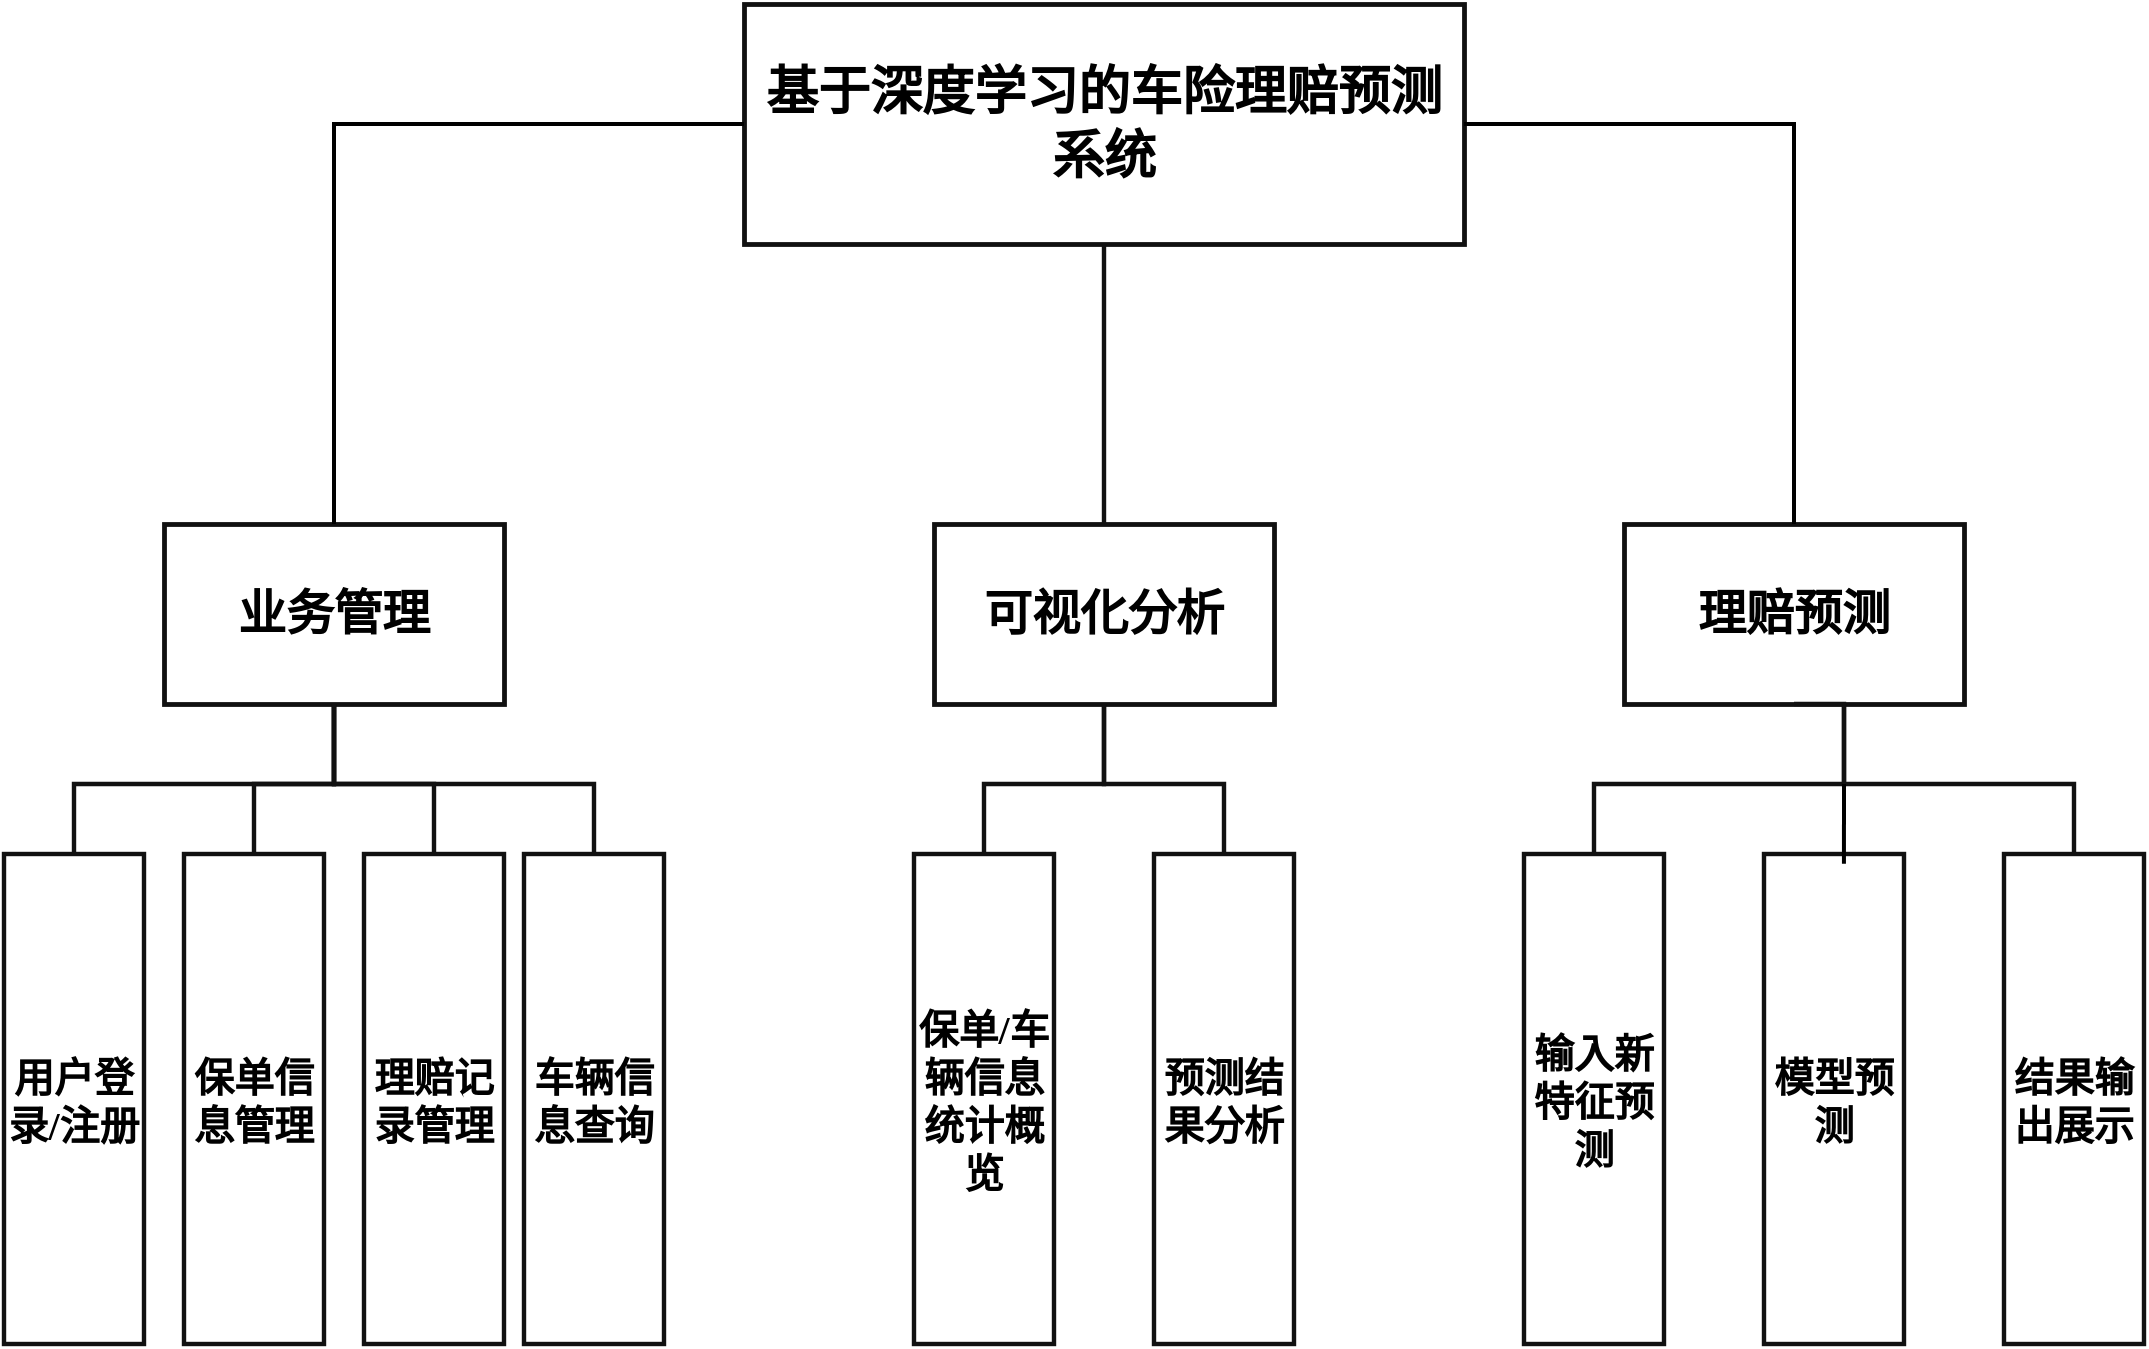
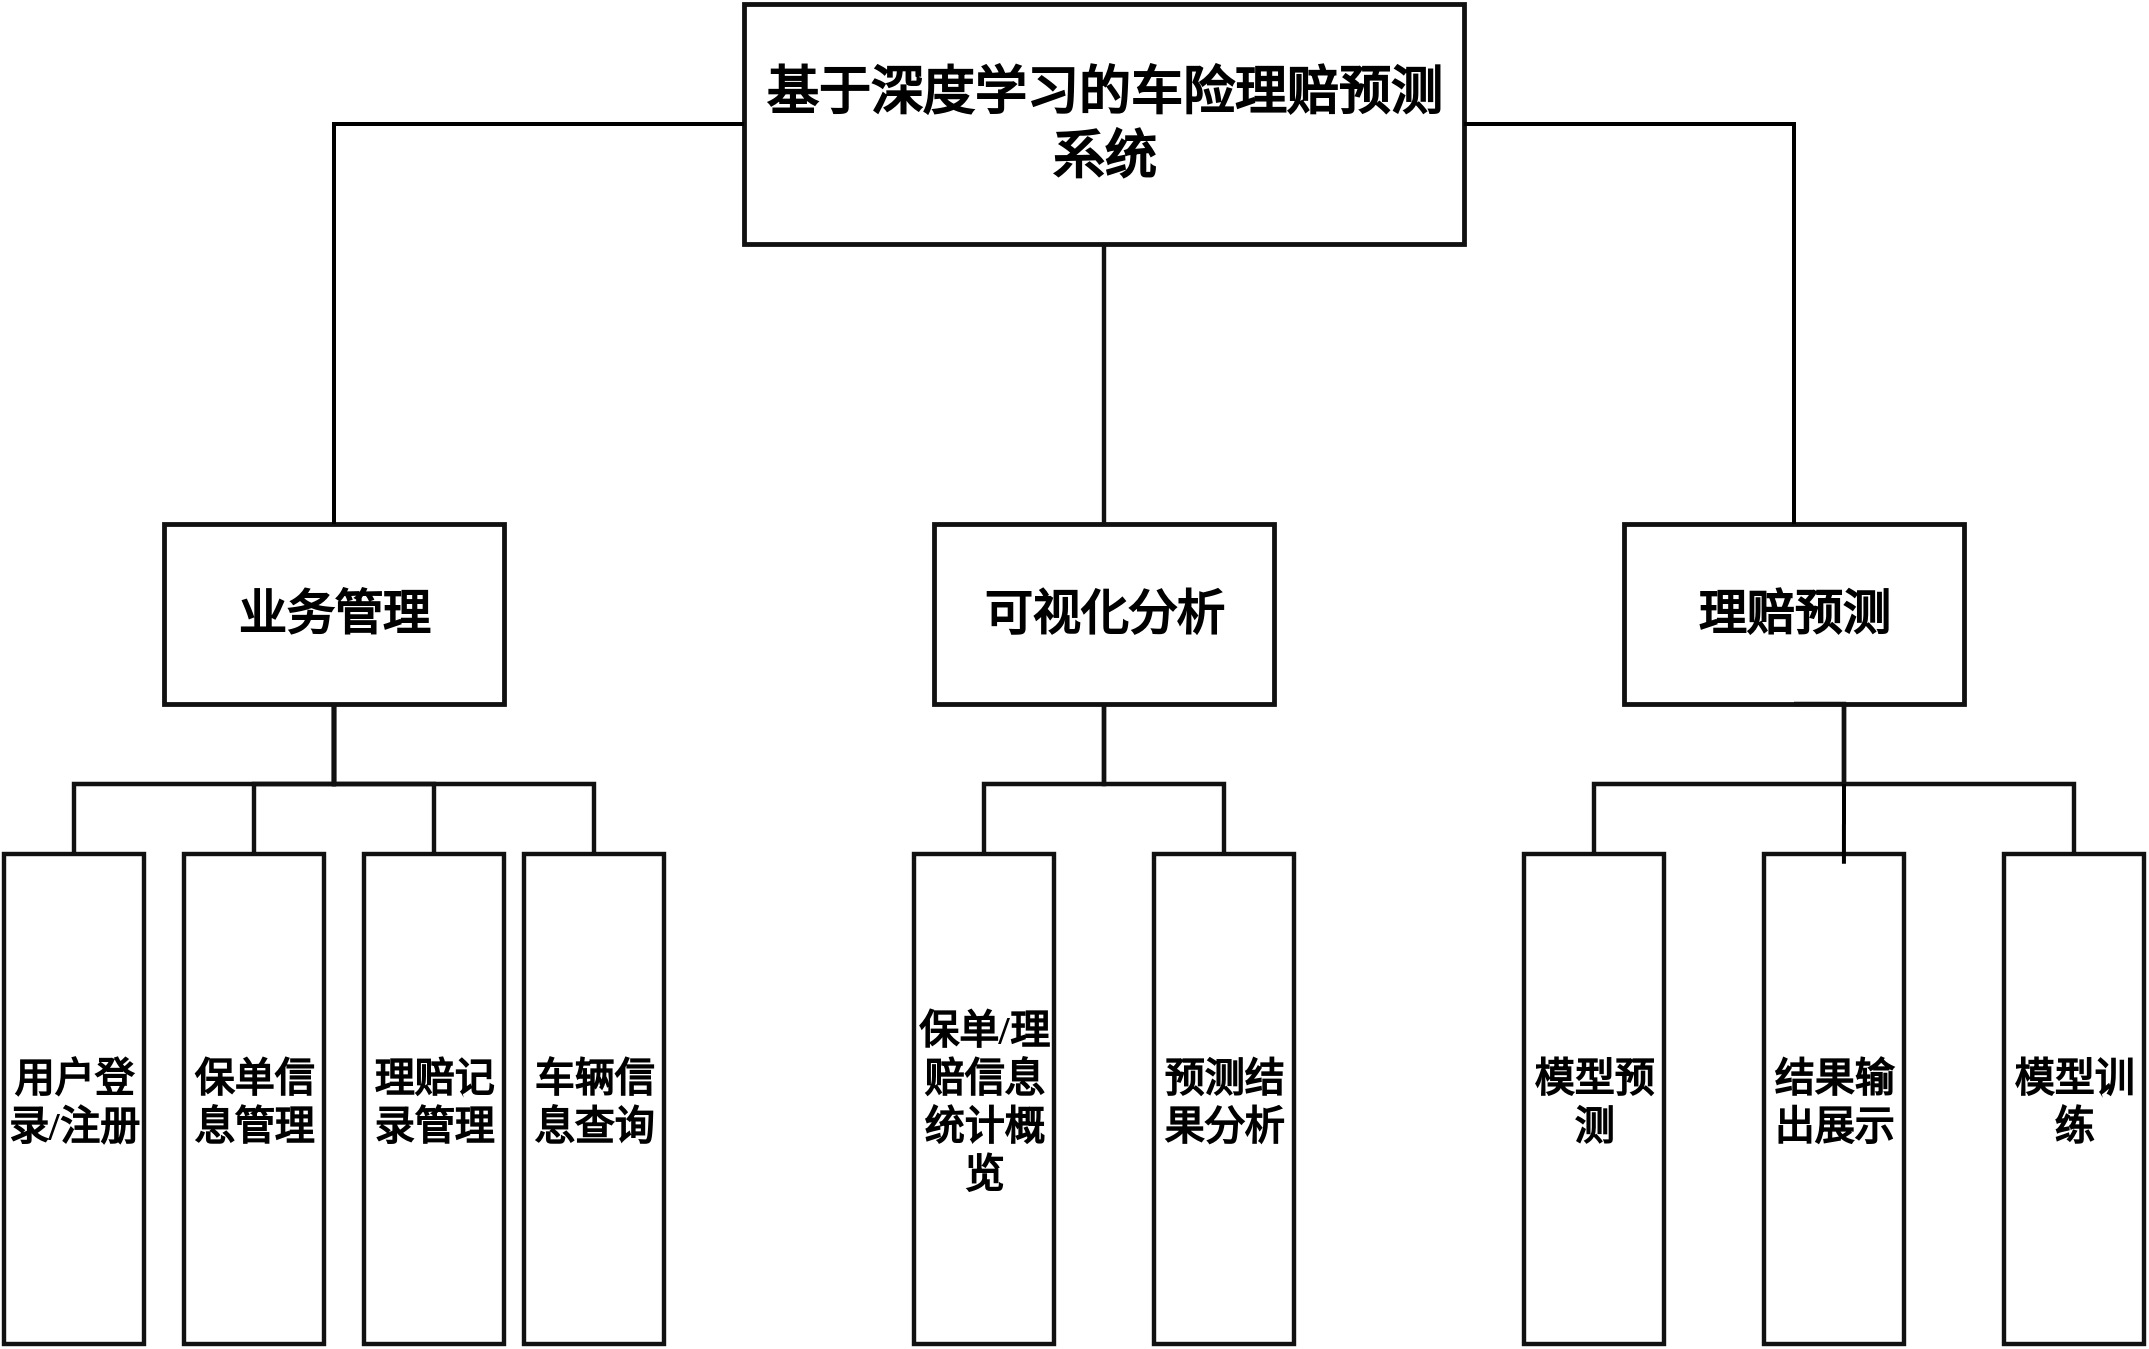
<mxfile host="Electron" agent="Mozilla/5.0 (Windows NT 10.0; Win64; x64) AppleWebKit/537.36 (KHTML, like Gecko) draw.io/25.0.2 Chrome/128.0.6613.186 Electron/32.2.5 Safari/537.36" version="25.0.2">
  <diagram id="claim-system-tree" name="Page-1">
    <mxGraphModel dx="1234" dy="676" grid="1" gridSize="10" guides="1" tooltips="1" connect="1" arrows="1" fold="1" page="1" pageScale="1" pageWidth="1400" pageHeight="900" math="0" shadow="0">
      <root>
        <mxCell id="0" />
        <mxCell id="1" parent="0" />
        <mxCell id="title" value="基于深度学习的车险理赔预测系统" style="rounded=0;whiteSpace=wrap;html=1;align=center;verticalAlign=middle;fontFamily=Microsoft YaHei;fontSize=26;fontStyle=1;strokeColor=#111111;strokeWidth=2.4;fillColor=#ffffff;" parent="1" vertex="1">
          <mxGeometry x="520" y="40" width="360" height="120" as="geometry" />
        </mxCell>
        <mxCell id="m1" value="业务管理" style="rounded=0;whiteSpace=wrap;html=1;align=center;verticalAlign=middle;fontFamily=Microsoft YaHei;fontSize=24;fontStyle=1;strokeColor=#111111;strokeWidth=2.4;fillColor=#ffffff;" parent="1" vertex="1">
          <mxGeometry x="230" y="300" width="170" height="90" as="geometry" />
        </mxCell>
        <mxCell id="m2" value="可视化分析" style="rounded=0;whiteSpace=wrap;html=1;align=center;verticalAlign=middle;fontFamily=Microsoft YaHei;fontSize=24;fontStyle=1;strokeColor=#111111;strokeWidth=2.4;fillColor=#ffffff;" parent="1" vertex="1">
          <mxGeometry x="615" y="300" width="170" height="90" as="geometry" />
        </mxCell>
        <mxCell id="m3" value="理赔预测" style="rounded=0;whiteSpace=wrap;html=1;align=center;verticalAlign=middle;fontFamily=Microsoft YaHei;fontSize=24;fontStyle=1;strokeColor=#111111;strokeWidth=2.4;fillColor=#ffffff;" parent="1" vertex="1">
          <mxGeometry x="960" y="300" width="170" height="90" as="geometry" />
        </mxCell>
        <mxCell id="l1" value="用户登录/注册" style="rounded=0;whiteSpace=wrap;html=1;align=center;verticalAlign=middle;fontFamily=Microsoft YaHei;fontSize=20;fontStyle=1;strokeColor=#111111;strokeWidth=2.2;fillColor=#ffffff;" parent="1" vertex="1">
          <mxGeometry x="150" y="465" width="70" height="245" as="geometry" />
        </mxCell>
        <mxCell id="l2" value="保单信息管理" style="rounded=0;whiteSpace=wrap;html=1;align=center;verticalAlign=middle;fontFamily=Microsoft YaHei;fontSize=20;fontStyle=1;strokeColor=#111111;strokeWidth=2.2;fillColor=#ffffff;" parent="1" vertex="1">
          <mxGeometry x="240" y="465" width="70" height="245" as="geometry" />
        </mxCell>
        <mxCell id="l3" value="理赔记录管理" style="rounded=0;whiteSpace=wrap;html=1;align=center;verticalAlign=middle;fontFamily=Microsoft YaHei;fontSize=20;fontStyle=1;strokeColor=#111111;strokeWidth=2.2;fillColor=#ffffff;" parent="1" vertex="1">
          <mxGeometry x="330" y="465" width="70" height="245" as="geometry" />
        </mxCell>
        <mxCell id="l4" value="车辆信息查询" style="rounded=0;whiteSpace=wrap;html=1;align=center;verticalAlign=middle;fontFamily=Microsoft YaHei;fontSize=20;fontStyle=1;strokeColor=#111111;strokeWidth=2.2;fillColor=#ffffff;" parent="1" vertex="1">
          <mxGeometry x="410" y="465" width="70" height="245" as="geometry" />
        </mxCell>
-         <mxCell id="l5" value="保单/车辆信息统计概览" style="rounded=0;whiteSpace=wrap;html=1;align=center;verticalAlign=middle;fontFamily=Microsoft YaHei;fontSize=20;fontStyle=1;strokeColor=#111111;strokeWidth=2.2;fillColor=#ffffff;" parent="1" vertex="1">
+         <mxCell id="l5" value="保单/理赔信息统计概览" style="rounded=0;whiteSpace=wrap;html=1;align=center;verticalAlign=middle;fontFamily=Microsoft YaHei;fontSize=20;fontStyle=1;strokeColor=#111111;strokeWidth=2.2;fillColor=#ffffff;" parent="1" vertex="1">
          <mxGeometry x="605" y="465" width="70" height="245" as="geometry" />
        </mxCell>
        <mxCell id="l6" value="预测结果分析" style="rounded=0;whiteSpace=wrap;html=1;align=center;verticalAlign=middle;fontFamily=Microsoft YaHei;fontSize=20;fontStyle=1;strokeColor=#111111;strokeWidth=2.2;fillColor=#ffffff;" parent="1" vertex="1">
          <mxGeometry x="725" y="465" width="70" height="245" as="geometry" />
        </mxCell>
-         <mxCell id="l7" value="输入新特征预测" style="rounded=0;whiteSpace=wrap;html=1;align=center;verticalAlign=middle;fontFamily=Microsoft YaHei;fontSize=20;fontStyle=1;strokeColor=#111111;strokeWidth=2.2;fillColor=#ffffff;" parent="1" vertex="1">
+         <mxCell id="l7" value="模型预测" style="rounded=0;whiteSpace=wrap;html=1;align=center;verticalAlign=middle;fontFamily=Microsoft YaHei;fontSize=20;fontStyle=1;strokeColor=#111111;strokeWidth=2.2;fillColor=#ffffff;" parent="1" vertex="1">
          <mxGeometry x="910" y="465" width="70" height="245" as="geometry" />
        </mxCell>
-         <mxCell id="l8" value="模型预测" style="rounded=0;whiteSpace=wrap;html=1;align=center;verticalAlign=middle;fontFamily=Microsoft YaHei;fontSize=20;fontStyle=1;strokeColor=#111111;strokeWidth=2.2;fillColor=#ffffff;" parent="1" vertex="1">
+         <mxCell id="l8" value="结果输出展示" style="rounded=0;whiteSpace=wrap;html=1;align=center;verticalAlign=middle;fontFamily=Microsoft YaHei;fontSize=20;fontStyle=1;strokeColor=#111111;strokeWidth=2.2;fillColor=#ffffff;" parent="1" vertex="1">
          <mxGeometry x="1030" y="465" width="70" height="245" as="geometry" />
        </mxCell>
-         <mxCell id="l9" value="结果输出展示" style="rounded=0;whiteSpace=wrap;html=1;align=center;verticalAlign=middle;fontFamily=Microsoft YaHei;fontSize=20;fontStyle=1;strokeColor=#111111;strokeWidth=2.2;fillColor=#ffffff;" parent="1" vertex="1">
+         <mxCell id="l9" value="模型训练" style="rounded=0;whiteSpace=wrap;html=1;align=center;verticalAlign=middle;fontFamily=Microsoft YaHei;fontSize=20;fontStyle=1;strokeColor=#111111;strokeWidth=2.2;fillColor=#ffffff;" parent="1" vertex="1">
          <mxGeometry x="1150" y="465" width="70" height="245" as="geometry" />
        </mxCell>
        <mxCell id="e1" style="edgeStyle=orthogonalEdgeStyle;rounded=0;orthogonalLoop=1;jettySize=auto;html=1;endArrow=none;startArrow=none;strokeColor=#111111;strokeWidth=2.2;" parent="1" source="title" target="m2" edge="1">
          <mxGeometry relative="1" as="geometry">
            <Array as="points">
              <mxPoint x="700" y="220" />
            </Array>
          </mxGeometry>
        </mxCell>
        <mxCell id="e2" style="edgeStyle=orthogonalEdgeStyle;rounded=0;orthogonalLoop=1;jettySize=auto;html=1;endArrow=none;startArrow=none;strokeColor=#111111;strokeWidth=2.2;" parent="1" source="m1" target="l1" edge="1">
          <mxGeometry relative="1" as="geometry">
            <Array as="points">
              <mxPoint x="315" y="430" />
              <mxPoint x="185" y="430" />
            </Array>
          </mxGeometry>
        </mxCell>
        <mxCell id="e3" style="edgeStyle=orthogonalEdgeStyle;rounded=0;orthogonalLoop=1;jettySize=auto;html=1;endArrow=none;startArrow=none;strokeColor=#111111;strokeWidth=2.2;" parent="1" source="m1" target="l2" edge="1">
          <mxGeometry relative="1" as="geometry">
            <Array as="points">
              <mxPoint x="315" y="430" />
            </Array>
          </mxGeometry>
        </mxCell>
        <mxCell id="e4" style="edgeStyle=orthogonalEdgeStyle;rounded=0;orthogonalLoop=1;jettySize=auto;html=1;endArrow=none;startArrow=none;strokeColor=#111111;strokeWidth=2.2;" parent="1" source="m1" target="l3" edge="1">
          <mxGeometry relative="1" as="geometry">
            <Array as="points">
              <mxPoint x="315" y="430" />
              <mxPoint x="365" y="430" />
            </Array>
          </mxGeometry>
        </mxCell>
        <mxCell id="e5" style="edgeStyle=orthogonalEdgeStyle;rounded=0;orthogonalLoop=1;jettySize=auto;html=1;endArrow=none;startArrow=none;strokeColor=#111111;strokeWidth=2.2;" parent="1" source="m1" target="l4" edge="1">
          <mxGeometry relative="1" as="geometry">
            <Array as="points">
              <mxPoint x="315" y="430" />
              <mxPoint x="445" y="430" />
            </Array>
          </mxGeometry>
        </mxCell>
        <mxCell id="e6" style="edgeStyle=orthogonalEdgeStyle;rounded=0;orthogonalLoop=1;jettySize=auto;html=1;endArrow=none;startArrow=none;strokeColor=#111111;strokeWidth=2.2;" parent="1" source="m2" target="l5" edge="1">
          <mxGeometry relative="1" as="geometry">
            <Array as="points">
              <mxPoint x="700" y="430" />
              <mxPoint x="640" y="430" />
            </Array>
          </mxGeometry>
        </mxCell>
        <mxCell id="e7" style="edgeStyle=orthogonalEdgeStyle;rounded=0;orthogonalLoop=1;jettySize=auto;html=1;endArrow=none;startArrow=none;strokeColor=#111111;strokeWidth=2.2;" parent="1" source="m2" target="l6" edge="1">
          <mxGeometry relative="1" as="geometry">
            <Array as="points">
              <mxPoint x="700" y="430" />
            </Array>
          </mxGeometry>
        </mxCell>
        <mxCell id="e8" style="edgeStyle=orthogonalEdgeStyle;rounded=0;orthogonalLoop=1;jettySize=auto;html=1;endArrow=none;startArrow=none;strokeColor=#111111;strokeWidth=2.2;" parent="1" source="m3" target="l7" edge="1">
          <mxGeometry relative="1" as="geometry">
            <Array as="points">
              <mxPoint x="1070" y="430" />
              <mxPoint x="945" y="430" />
            </Array>
          </mxGeometry>
        </mxCell>
        <mxCell id="e10" style="edgeStyle=orthogonalEdgeStyle;rounded=0;orthogonalLoop=1;jettySize=auto;html=1;endArrow=none;startArrow=none;strokeColor=#111111;strokeWidth=2.2;exitX=0.5;exitY=1;exitDx=0;exitDy=0;" parent="1" source="m3" target="l9" edge="1">
          <mxGeometry relative="1" as="geometry">
            <Array as="points">
              <mxPoint x="1070" y="390" />
              <mxPoint x="1070" y="430" />
              <mxPoint x="1185" y="430" />
            </Array>
          </mxGeometry>
        </mxCell>
        <mxCell id="EhhAQZ0shndBprbbskSM-2" value="" style="endArrow=none;html=1;rounded=0;entryX=0;entryY=0.5;entryDx=0;entryDy=0;exitX=0.5;exitY=0;exitDx=0;exitDy=0;strokeWidth=2;" parent="1" source="m1" target="title" edge="1">
          <mxGeometry width="50" height="50" relative="1" as="geometry">
            <mxPoint x="280" y="85" as="sourcePoint" />
            <mxPoint x="600" y="330" as="targetPoint" />
            <Array as="points">
              <mxPoint x="315" y="100" />
            </Array>
          </mxGeometry>
        </mxCell>
        <mxCell id="EhhAQZ0shndBprbbskSM-3" value="" style="endArrow=none;html=1;rounded=0;exitX=1;exitY=0.5;exitDx=0;exitDy=0;entryX=0.5;entryY=0;entryDx=0;entryDy=0;strokeWidth=2;" parent="1" source="title" target="m3" edge="1">
          <mxGeometry width="50" height="50" relative="1" as="geometry">
            <mxPoint x="970" y="210" as="sourcePoint" />
            <mxPoint x="1020" y="160" as="targetPoint" />
            <Array as="points">
              <mxPoint x="1045" y="100" />
            </Array>
          </mxGeometry>
        </mxCell>
        <mxCell id="EhhAQZ0shndBprbbskSM-4" value="" style="endArrow=none;html=1;rounded=0;strokeWidth=2;entryX=0.571;entryY=0.02;entryDx=0;entryDy=0;entryPerimeter=0;" parent="1" target="l8" edge="1">
          <mxGeometry width="50" height="50" relative="1" as="geometry">
            <mxPoint x="1070" y="430" as="sourcePoint" />
            <mxPoint x="1070" y="460" as="targetPoint" />
          </mxGeometry>
        </mxCell>
      </root>
    </mxGraphModel>
  </diagram>
</mxfile>
